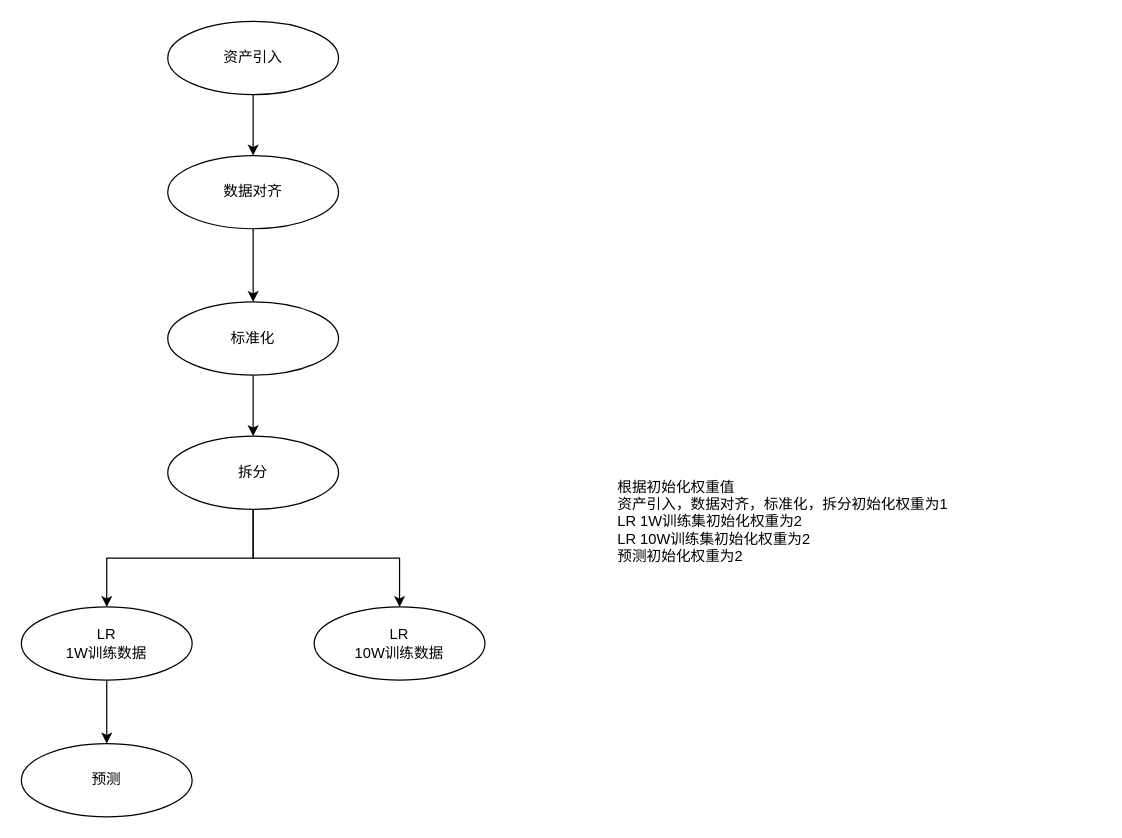
The draw.io diagram 根据资源进行执行编排专利-1.drawio in zhenchaozhu/draw.io, before the edit. Source tidied: cells renumbered, new cells numbered last; positions are measured from the earlier drawing's top-left corner, leaving out a move shared by most shapes. Both pictures are drawn from the tidied source at 122%, with x=0, y=0 at pixel (21, 21).
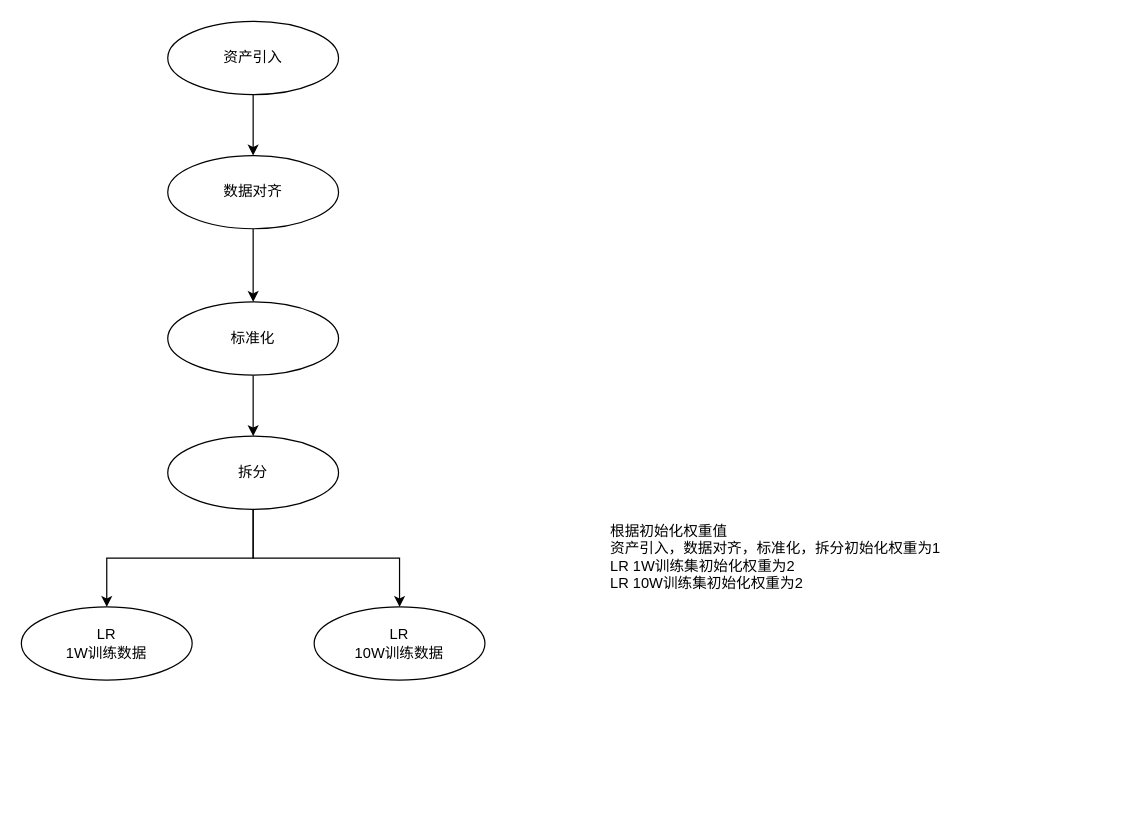
After the change.

Commit message:
更新根据资源进行执行编排专利-1.drawio

What changed in the source:
```diff
@@
 <mxGraphModel>
   <root>
     <mxCell id="0" />
     <mxCell id="1" parent="0" />
     <mxCell id="2" style="edgeStyle=orthogonalEdgeStyle;rounded=0;jettySize=auto;html=1;" parent="1" edge="1" source="3" target="5">
       <mxGeometry relative="1" as="geometry" />
     </mxCell>
     <mxCell id="3" value="资产引入" style="ellipse;whiteSpace=wrap;html=1;" parent="1" vertex="1">
       <mxGeometry x="120" width="140" height="60" as="geometry" />
     </mxCell>
     <mxCell id="4" style="edgeStyle=orthogonalEdgeStyle;rounded=0;jettySize=auto;html=1;" parent="1" edge="1" source="5" target="7">
       <mxGeometry relative="1" as="geometry" />
     </mxCell>
     <mxCell id="5" value="数据对齐" style="ellipse;whiteSpace=wrap;html=1;" parent="1" vertex="1">
       <mxGeometry x="120" y="110" width="140" height="60" as="geometry" />
     </mxCell>
     <mxCell id="6" style="edgeStyle=orthogonalEdgeStyle;rounded=0;jettySize=auto;html=1;" parent="1" edge="1" source="7" target="10">
       <mxGeometry relative="1" as="geometry" />
     </mxCell>
     <mxCell id="7" value="标准化" style="ellipse;whiteSpace=wrap;html=1;" parent="1" vertex="1">
       <mxGeometry x="120" y="230" width="140" height="60" as="geometry" />
     </mxCell>
     <mxCell id="8" style="edgeStyle=orthogonalEdgeStyle;rounded=0;jettySize=auto;html=1;entryX=0.5;entryY=0;entryDx=0;entryDy=0;" parent="1" edge="1" source="10" target="12">
       <mxGeometry relative="1" as="geometry" />
     </mxCell>
     <mxCell id="9" style="edgeStyle=orthogonalEdgeStyle;rounded=0;jettySize=auto;html=1;" parent="1" edge="1" source="10" target="13">
       <mxGeometry relative="1" as="geometry" />
     </mxCell>
     <mxCell id="10" value="拆分" style="ellipse;whiteSpace=wrap;html=1;" parent="1" vertex="1">
       <mxGeometry x="120" y="340" width="140" height="60" as="geometry" />
     </mxCell>
-    <mxCell id="11" style="edgeStyle=orthogonalEdgeStyle;rounded=0;jettySize=auto;html=1;" parent="1" edge="1" source="12" target="15">
-      <mxGeometry relative="1" as="geometry" />
-    </mxCell>
     <mxCell id="12" value="LR&lt;br&gt;1W训练数据" style="ellipse;whiteSpace=wrap;html=1;" parent="1" vertex="1">
       <mxGeometry y="480" width="140" height="60" as="geometry" />
     </mxCell>
     <mxCell id="13" value="LR&lt;br&gt;10W训练数据" style="ellipse;whiteSpace=wrap;html=1;" parent="1" vertex="1">
       <mxGeometry x="240" y="480" width="140" height="60" as="geometry" />
     </mxCell>
-    <mxCell id="14" value="根据初始化权重值&lt;br&gt;资产引入，数据对齐，标准化，拆分初始化权重为1&lt;br&gt;LR 1W训练集初始化权重为2&lt;br&gt;LR 10W训练集初始化权重为2&lt;br&gt;预测初始化权重为2" style="text;html=1;strokeColor=none;fillColor=none;align=left;verticalAlign=middle;whiteSpace=wrap;rounded=0;" parent="1" vertex="1">
-      <mxGeometry x="487" y="395" width="398" height="30" as="geometry" />
+    <mxCell id="14" value="根据初始化权重值&lt;br&gt;资产引入，数据对齐，标准化，拆分初始化权重为1&lt;br&gt;LR 1W训练集初始化权重为2&lt;br&gt;LR 10W训练集初始化权重为2" style="text;html=1;strokeColor=none;fillColor=none;align=left;verticalAlign=middle;whiteSpace=wrap;rounded=0;" parent="1" vertex="1">
+      <mxGeometry x="481" y="395" width="398" height="87" as="geometry" />
     </mxCell>
-    <mxCell id="15" value="预测" style="ellipse;whiteSpace=wrap;html=1;" parent="1" vertex="1">
-      <mxGeometry y="592" width="140" height="60" as="geometry" />
-    </mxCell>
   </root>
 </mxGraphModel>
```
